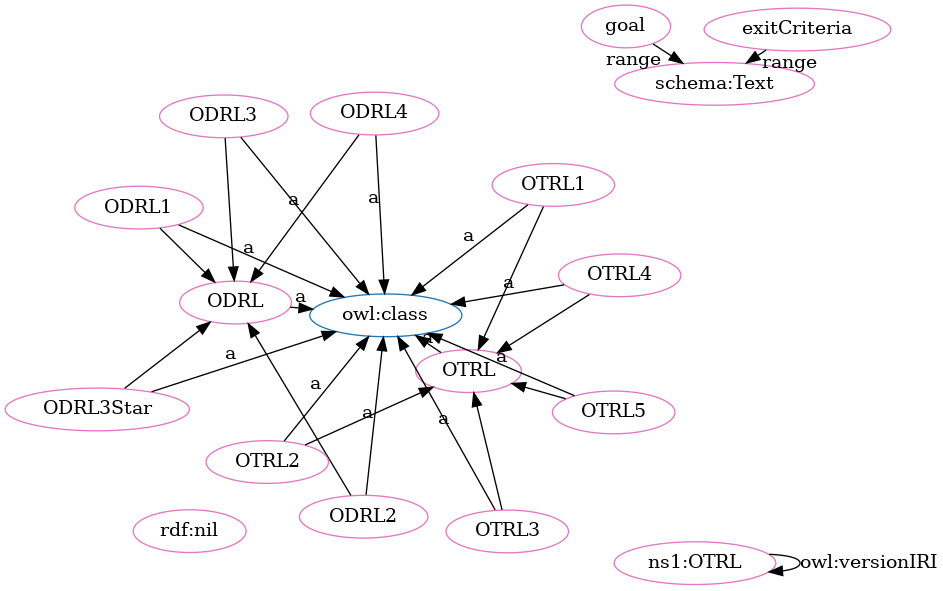
OPEN-NEXT/OKH-LOSH keeps this Graphviz diagram as OTRL-clean.png. Above is the earlier version. Its source is kept beside it as OTRL-clean.dot.
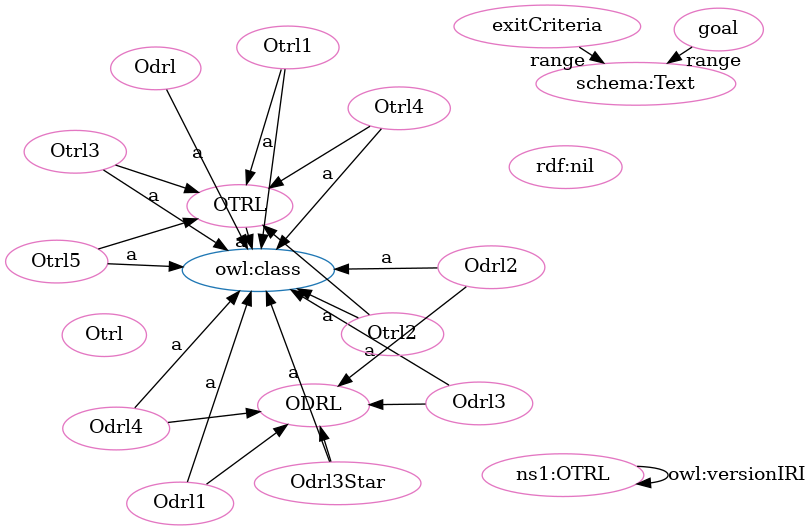
Above is the later version.

Diff of the diagram source:
```diff
@@ -1,49 +1,51 @@
 digraph G {
   rankdir=BT
   node[height=.3]
+"http://purl.org/oseg/ontologies/OTRL#ODRL" [fillcolor="#1f77b4" color="#1f77b4" label="ODRL"]
 "http://www.w3.org/2002/07/owl#class" [fillcolor="#1f77b4" color="#1f77b4" label="owl:class"]
 "http://purl.org/oseg/ontologies/OTRL#OTRL" [fillcolor="#1f77b4" color="#1f77b4" label="OTRL"]
-"http://purl.org/oseg/ontologies/OTRL#ODRL" [fillcolor="#1f77b4" color="#1f77b4" label="ODRL"]
+"http://purl.org/oseg/ontologies/OTRL#Odrl" [fillcolor="#e377c2" color="#e377c2" label="Odrl"]
+"http://purl.org/oseg/ontologies/OTRL#exitCriteria" [fillcolor="#e377c2" color="#e377c2" label="exitCriteria"]
+"http://www.w3.org/1999/02/22-rdf-syntax-ns#nil" [fillcolor="#e377c2" color="#e377c2" label="rdf:nil"]
 "http://purl.org/oseg/ontologies/OTRL#OTRL" [fillcolor="#e377c2" color="#e377c2" label="OTRL"]
+"http://purl.org/oseg/ontologies/OTRL" [fillcolor="#e377c2" color="#e377c2" label="ns1:OTRL"]
+"http://purl.org/oseg/ontologies/OTRL#Otrl1" [fillcolor="#e377c2" color="#e377c2" label="Otrl1"]
+"http://purl.org/oseg/ontologies/OTRL#Otrl5" [fillcolor="#e377c2" color="#e377c2" label="Otrl5"]
+"http://purl.org/oseg/ontologies/OTRL#Otrl3" [fillcolor="#e377c2" color="#e377c2" label="Otrl3"]
+"http://purl.org/oseg/ontologies/OTRL#Odrl3" [fillcolor="#e377c2" color="#e377c2" label="Odrl3"]
+"http://purl.org/oseg/ontologies/OTRL#Otrl" [fillcolor="#e377c2" color="#e377c2" label="Otrl"]
 "http://purl.org/oseg/ontologies/OTRL#ODRL" [fillcolor="#e377c2" color="#e377c2" label="ODRL"]
-"http://purl.org/oseg/ontologies/OTRL#OTRL4" [fillcolor="#e377c2" color="#e377c2" label="OTRL4"]
-"http://www.w3.org/1999/02/22-rdf-syntax-ns#nil" [fillcolor="#e377c2" color="#e377c2" label="rdf:nil"]
-"http://purl.org/oseg/ontologies/OTRL#ODRL4" [fillcolor="#e377c2" color="#e377c2" label="ODRL4"]
-"http://purl.org/oseg/ontologies/OTRL" [fillcolor="#e377c2" color="#e377c2" label="ns1:OTRL"]
-"http://purl.org/oseg/ontologies/OTRL#ODRL3" [fillcolor="#e377c2" color="#e377c2" label="ODRL3"]
+"http://purl.org/oseg/ontologies/OTRL#Odrl1" [fillcolor="#e377c2" color="#e377c2" label="Odrl1"]
+"http://purl.org/oseg/ontologies/OTRL#Odrl3Star" [fillcolor="#e377c2" color="#e377c2" label="Odrl3Star"]
 "http://purl.org/oseg/ontologies/OTRL#goal" [fillcolor="#e377c2" color="#e377c2" label="goal"]
-"http://purl.org/oseg/ontologies/OTRL#OTRL3" [fillcolor="#e377c2" color="#e377c2" label="OTRL3"]
-"http://purl.org/oseg/ontologies/OTRL#ODRL2" [fillcolor="#e377c2" color="#e377c2" label="ODRL2"]
-"http://purl.org/oseg/ontologies/OTRL#ODRL3Star" [fillcolor="#e377c2" color="#e377c2" label="ODRL3Star"]
-"http://purl.org/oseg/ontologies/OTRL#exitCriteria" [fillcolor="#e377c2" color="#e377c2" label="exitCriteria"]
-"http://purl.org/oseg/ontologies/OTRL#OTRL5" [fillcolor="#e377c2" color="#e377c2" label="OTRL5"]
+"http://purl.org/oseg/ontologies/OTRL#Otrl2" [fillcolor="#e377c2" color="#e377c2" label="Otrl2"]
+"http://purl.org/oseg/ontologies/OTRL#Odrl4" [fillcolor="#e377c2" color="#e377c2" label="Odrl4"]
+"http://purl.org/oseg/ontologies/OTRL#Odrl2" [fillcolor="#e377c2" color="#e377c2" label="Odrl2"]
+"http://purl.org/oseg/ontologies/OTRL#Otrl4" [fillcolor="#e377c2" color="#e377c2" label="Otrl4"]
 "http://schema.org/Text" [fillcolor="#e377c2" color="#e377c2" label="schema:Text"]
-"http://purl.org/oseg/ontologies/OTRL#OTRL2" [fillcolor="#e377c2" color="#e377c2" label="OTRL2"]
-"http://purl.org/oseg/ontologies/OTRL#ODRL1" [fillcolor="#e377c2" color="#e377c2" label="ODRL1"]
-"http://purl.org/oseg/ontologies/OTRL#OTRL1" [fillcolor="#e377c2" color="#e377c2" label="OTRL1"]
-  "http://purl.org/oseg/ontologies/OTRL#OTRL3" -> "http://purl.org/oseg/ontologies/OTRL#OTRL" [label=""]
-  "http://purl.org/oseg/ontologies/OTRL#OTRL4" -> "http://purl.org/oseg/ontologies/OTRL#OTRL" [label=""]
-  "http://purl.org/oseg/ontologies/OTRL#OTRL4" -> "http://www.w3.org/2002/07/owl#class" [label="a"]
-  "http://purl.org/oseg/ontologies/OTRL#ODRL3" -> "http://www.w3.org/2002/07/owl#class" [label="a"]
-  "http://purl.org/oseg/ontologies/OTRL#ODRL4" -> "http://purl.org/oseg/ontologies/OTRL#ODRL" [label=""]
-  "http://purl.org/oseg/ontologies/OTRL#ODRL3Star" -> "http://www.w3.org/2002/07/owl#class" [label="a"]
+  "http://purl.org/oseg/ontologies/OTRL#Otrl2" -> "http://purl.org/oseg/ontologies/OTRL#OTRL" [label=""]
+  "http://purl.org/oseg/ontologies/OTRL" -> "http://purl.org/oseg/ontologies/OTRL" [label="owl:versionIRI"]
+  "http://purl.org/oseg/ontologies/OTRL#Odrl3" -> "http://www.w3.org/2002/07/owl#class" [label="a"]
+  "http://purl.org/oseg/ontologies/OTRL#Odrl1" -> "http://purl.org/oseg/ontologies/OTRL#ODRL" [label=""]
   "http://purl.org/oseg/ontologies/OTRL#OTRL" -> "http://www.w3.org/2002/07/owl#class" [label="a"]
-  "http://purl.org/oseg/ontologies/OTRL#ODRL2" -> "http://purl.org/oseg/ontologies/OTRL#ODRL" [label=""]
-  "http://purl.org/oseg/ontologies/OTRL#OTRL5" -> "http://purl.org/oseg/ontologies/OTRL#OTRL" [label=""]
-  "http://purl.org/oseg/ontologies/OTRL#ODRL" -> "http://www.w3.org/2002/07/owl#class" [label="a"]
-  "http://purl.org/oseg/ontologies/OTRL#OTRL2" -> "http://www.w3.org/2002/07/owl#class" [label="a"]
-  "http://purl.org/oseg/ontologies/OTRL#OTRL1" -> "http://www.w3.org/2002/07/owl#class" [label="a"]
+  "http://purl.org/oseg/ontologies/OTRL#Odrl4" -> "http://purl.org/oseg/ontologies/OTRL#ODRL" [label=""]
+  "http://purl.org/oseg/ontologies/OTRL#Otrl2" -> "http://www.w3.org/2002/07/owl#class" [label="a"]
+  "http://purl.org/oseg/ontologies/OTRL#Odrl2" -> "http://purl.org/oseg/ontologies/OTRL#ODRL" [label=""]
+  "http://purl.org/oseg/ontologies/OTRL#Odrl2" -> "http://www.w3.org/2002/07/owl#class" [label="a"]
+  "http://purl.org/oseg/ontologies/OTRL#Odrl" -> "http://www.w3.org/2002/07/owl#class" [label="a"]
+  "http://purl.org/oseg/ontologies/OTRL#Otrl5" -> "http://www.w3.org/2002/07/owl#class" [label="a"]
+  "http://purl.org/oseg/ontologies/OTRL#Otrl1" -> "http://www.w3.org/2002/07/owl#class" [label="a"]
+  "http://purl.org/oseg/ontologies/OTRL#Otrl3" -> "http://www.w3.org/2002/07/owl#class" [label="a"]
+  "http://purl.org/oseg/ontologies/OTRL#Otrl5" -> "http://purl.org/oseg/ontologies/OTRL#OTRL" [label=""]
+  "http://purl.org/oseg/ontologies/OTRL#Otrl3" -> "http://purl.org/oseg/ontologies/OTRL#OTRL" [label=""]
+  "http://purl.org/oseg/ontologies/OTRL#Odrl3Star" -> "http://purl.org/oseg/ontologies/OTRL#ODRL" [label=""]
+  "http://purl.org/oseg/ontologies/OTRL#Otrl4" -> "http://purl.org/oseg/ontologies/OTRL#OTRL" [label=""]
+  "http://purl.org/oseg/ontologies/OTRL#Odrl1" -> "http://www.w3.org/2002/07/owl#class" [label="a"]
+  "http://purl.org/oseg/ontologies/OTRL#Odrl3Star" -> "http://www.w3.org/2002/07/owl#class" [label="a"]
+  "http://purl.org/oseg/ontologies/OTRL#Odrl3" -> "http://purl.org/oseg/ontologies/OTRL#ODRL" [label=""]
+  "http://purl.org/oseg/ontologies/OTRL#Otrl1" -> "http://purl.org/oseg/ontologies/OTRL#OTRL" [label=""]
+  "http://purl.org/oseg/ontologies/OTRL#Odrl4" -> "http://www.w3.org/2002/07/owl#class" [label="a"]
+  "http://purl.org/oseg/ontologies/OTRL#Otrl4" -> "http://www.w3.org/2002/07/owl#class" [label="a"]
   "http://purl.org/oseg/ontologies/OTRL#goal" -> "http://schema.org/Text" [label="range"]
-  "http://purl.org/oseg/ontologies/OTRL#ODRL3" -> "http://purl.org/oseg/ontologies/OTRL#ODRL" [label=""]
-  "http://purl.org/oseg/ontologies/OTRL#ODRL4" -> "http://www.w3.org/2002/07/owl#class" [label="a"]
-  "http://purl.org/oseg/ontologies/OTRL#ODRL1" -> "http://purl.org/oseg/ontologies/OTRL#ODRL" [label=""]
-  "http://purl.org/oseg/ontologies/OTRL#OTRL3" -> "http://www.w3.org/2002/07/owl#class" [label="a"]
-  "http://purl.org/oseg/ontologies/OTRL#ODRL2" -> "http://www.w3.org/2002/07/owl#class" [label="a"]
-  "http://purl.org/oseg/ontologies/OTRL#OTRL1" -> "http://purl.org/oseg/ontologies/OTRL#OTRL" [label=""]
-  "http://purl.org/oseg/ontologies/OTRL" -> "http://purl.org/oseg/ontologies/OTRL" [label="owl:versionIRI"]
-  "http://purl.org/oseg/ontologies/OTRL#OTRL5" -> "http://www.w3.org/2002/07/owl#class" [label="a"]
-  "http://purl.org/oseg/ontologies/OTRL#ODRL3Star" -> "http://purl.org/oseg/ontologies/OTRL#ODRL" [label=""]
   "http://purl.org/oseg/ontologies/OTRL#exitCriteria" -> "http://schema.org/Text" [label="range"]
-  "http://purl.org/oseg/ontologies/OTRL#ODRL1" -> "http://www.w3.org/2002/07/owl#class" [label="a"]
-  "http://purl.org/oseg/ontologies/OTRL#OTRL2" -> "http://purl.org/oseg/ontologies/OTRL#OTRL" [label=""]
 }
```
